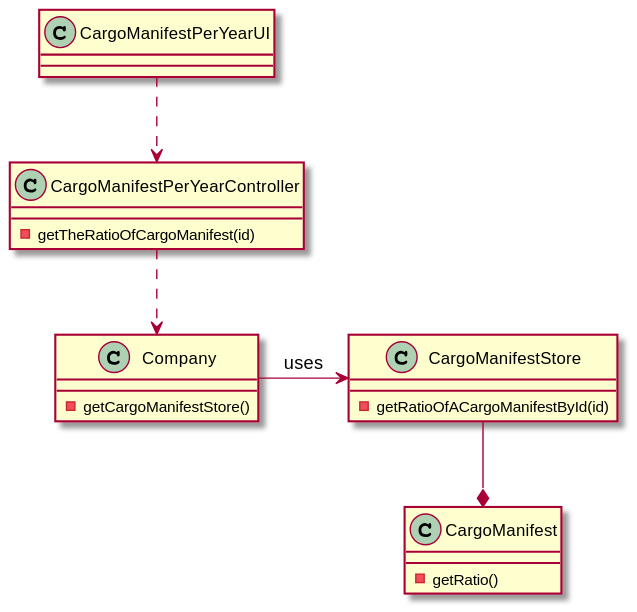
Above: docs/US208/CD_US208.svg in 0franciscor/lapr3-2021-g042 (PlantUML), before the change.
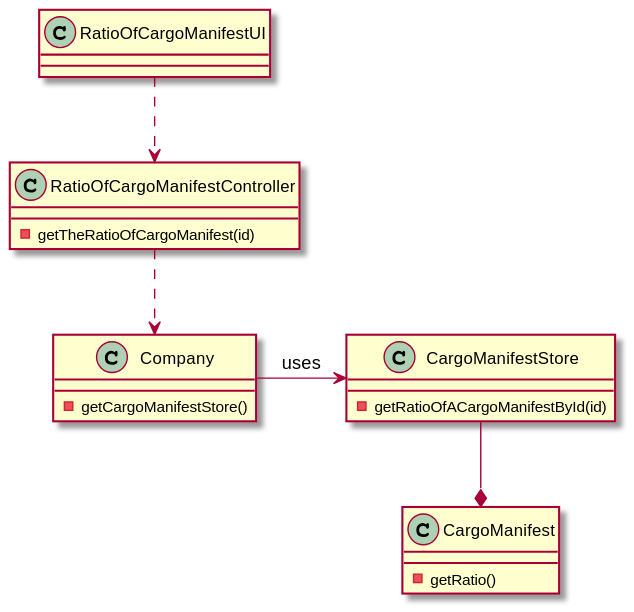
Later version of the same file.

What changed in the source:
```diff
@@ -1,8 +1,8 @@
 @startuml
 
-class CargoManifestPerYearUI{}
+class RatioOfCargoManifestUI{}
 
-class CargoManifestPerYearController{
+class RatioOfCargoManifestController{
 -getTheRatioOfCargoManifest(id)
 }
 
@@ -18,9 +18,9 @@
 -getRatio()
 }
 
-CargoManifestPerYearUI ..> CargoManifestPerYearController
+RatioOfCargoManifestUI ..> RatioOfCargoManifestController
 
-CargoManifestPerYearController ..> Company
+RatioOfCargoManifestController ..> Company
 
 Company -> CargoManifestStore : uses
 
```
